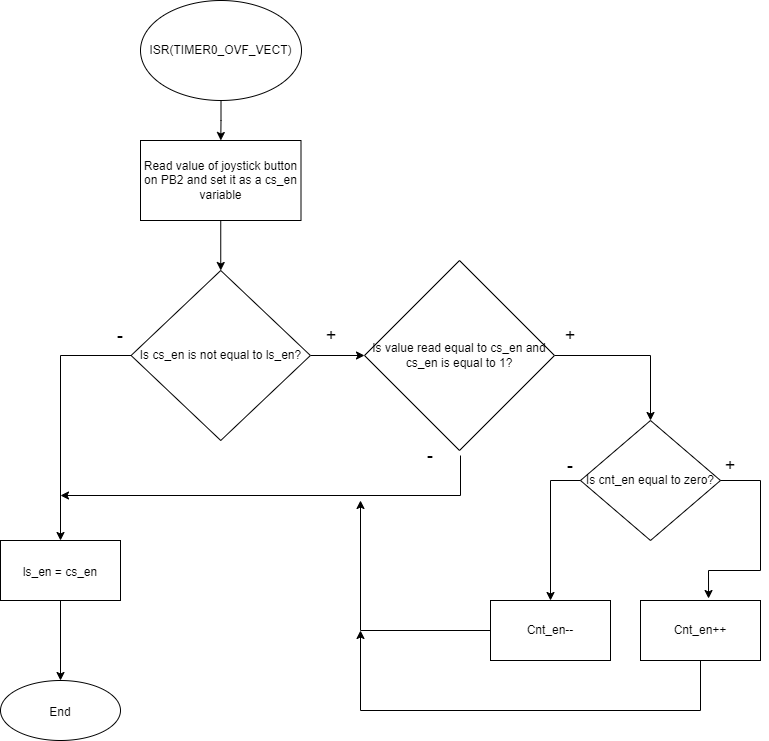
OndraFoltyn/digital-electronics-2 keeps this draw.io diagram as project1/Encoder_button.drawio.png. Above is the earlier version. Source tidied: cells renumbered, new cells last; positions are measured from the earlier drawing's top-left corner, leaving out a move shared by most shapes. Source of this version:
```xml
<mxGraphModel>
  <root>
    <mxCell id="0" />
    <mxCell id="1" parent="0" />
    <mxCell id="2" style="edgeStyle=orthogonalEdgeStyle;rounded=0;jettySize=auto;html=1;" parent="1" edge="1" source="3" target="5">
      <mxGeometry relative="1" as="geometry" />
    </mxCell>
    <mxCell id="3" value="ISR(TIMER0_OVF_VECT)" style="ellipse;whiteSpace=wrap;html=1;" parent="1" vertex="1">
      <mxGeometry x="140" width="161" height="100" as="geometry" />
    </mxCell>
    <mxCell id="4" style="edgeStyle=orthogonalEdgeStyle;rounded=0;jettySize=auto;html=1;exitX=0.5;exitY=1;exitDx=0;exitDy=0;entryX=0.5;entryY=0;entryDx=0;entryDy=0;" parent="1" edge="1" source="5" target="8">
      <mxGeometry relative="1" as="geometry" />
    </mxCell>
    <mxCell id="5" value="Read value of joystick button on PB2 and set it as a cs_en variable" style="whiteSpace=wrap;html=1;" parent="1" vertex="1">
      <mxGeometry x="140" y="140" width="160.5" height="80" as="geometry" />
    </mxCell>
    <mxCell id="6" style="edgeStyle=orthogonalEdgeStyle;rounded=0;jettySize=auto;html=1;entryX=0.5;entryY=0;entryDx=0;entryDy=0;" parent="1" edge="1" source="8" target="26">
      <mxGeometry relative="1" as="geometry" />
    </mxCell>
    <mxCell id="7" style="edgeStyle=orthogonalEdgeStyle;rounded=0;jettySize=auto;html=1;fontSize=18;" parent="1" edge="1" source="8" target="11">
      <mxGeometry relative="1" as="geometry" />
    </mxCell>
    <mxCell id="8" value="Is cs_en is not equal to ls_en?" style="rhombus;whiteSpace=wrap;html=1;" parent="1" vertex="1">
      <mxGeometry x="130.6" y="270" width="179.3" height="170" as="geometry" />
    </mxCell>
    <mxCell id="9" value="&lt;font style=&quot;font-size: 18px;&quot;&gt;-&lt;/font&gt;" style="text;html=1;strokeColor=none;fillColor=none;align=center;verticalAlign=middle;whiteSpace=wrap;rounded=0;" parent="1" vertex="1">
      <mxGeometry x="90" y="320" width="60" height="30" as="geometry" />
    </mxCell>
    <mxCell id="10" style="edgeStyle=orthogonalEdgeStyle;rounded=0;jettySize=auto;html=1;exitX=1;exitY=0.5;exitDx=0;exitDy=0;entryX=0.5;entryY=0;entryDx=0;entryDy=0;fontSize=18;" parent="1" edge="1" source="11" target="14">
      <mxGeometry relative="1" as="geometry" />
    </mxCell>
    <mxCell id="11" value="Is value read equal to cs_en and cs_en is equal to 1?" style="rhombus;whiteSpace=wrap;html=1;" parent="1" vertex="1">
      <mxGeometry x="364" y="260" width="190" height="190" as="geometry" />
    </mxCell>
    <mxCell id="12" value="&lt;span style=&quot;font-size: 18px;&quot;&gt;+&lt;/span&gt;" style="text;html=1;strokeColor=none;fillColor=none;align=center;verticalAlign=middle;whiteSpace=wrap;rounded=0;" parent="1" vertex="1">
      <mxGeometry x="300.5" y="320" width="60" height="30" as="geometry" />
    </mxCell>
    <mxCell id="13" value="&lt;font style=&quot;font-size: 18px;&quot;&gt;-&lt;/font&gt;" style="text;html=1;strokeColor=none;fillColor=none;align=center;verticalAlign=middle;whiteSpace=wrap;rounded=0;" parent="1" vertex="1">
      <mxGeometry x="400" y="440" width="60" height="30" as="geometry" />
    </mxCell>
    <mxCell id="14" value="Is cnt_en equal to zero?" style="rhombus;whiteSpace=wrap;html=1;" parent="1" vertex="1">
      <mxGeometry x="580" y="420" width="140" height="120" as="geometry" />
    </mxCell>
    <mxCell id="15" value="Cnt_en++" style="whiteSpace=wrap;html=1;" parent="1" vertex="1">
      <mxGeometry x="640" y="600" width="120" height="60" as="geometry" />
    </mxCell>
    <mxCell id="16" value="Cnt_en--" style="whiteSpace=wrap;html=1;" parent="1" vertex="1">
      <mxGeometry x="490" y="600" width="120" height="60" as="geometry" />
    </mxCell>
    <mxCell id="17" style="endArrow=classic;html=1;rounded=0;fontSize=18;exitX=0;exitY=0.5;exitDx=0;exitDy=0;entryX=0.5;entryY=0;entryDx=0;entryDy=0;" parent="1" edge="1" source="14" target="16">
      <mxGeometry relative="1" as="geometry">
        <Array as="points">
          <mxPoint x="550" y="480" />
        </Array>
      </mxGeometry>
    </mxCell>
    <mxCell id="18" style="endArrow=classic;html=1;rounded=0;fontSize=18;exitX=1;exitY=0.5;exitDx=0;exitDy=0;entryX=0.567;entryY=-0.033;entryDx=0;entryDy=0;entryPerimeter=0;" parent="1" edge="1" source="14" target="15">
      <mxGeometry relative="1" as="geometry">
        <Array as="points">
          <mxPoint x="760" y="480" />
          <mxPoint x="760" y="570" />
          <mxPoint x="708" y="570" />
        </Array>
      </mxGeometry>
    </mxCell>
    <mxCell id="19" value="&lt;font style=&quot;font-size: 18px;&quot;&gt;-&lt;/font&gt;" style="text;html=1;strokeColor=none;fillColor=none;align=center;verticalAlign=middle;whiteSpace=wrap;rounded=0;" parent="1" vertex="1">
      <mxGeometry x="540" y="450" width="60" height="30" as="geometry" />
    </mxCell>
    <mxCell id="20" value="&lt;span style=&quot;font-size: 18px;&quot;&gt;+&lt;/span&gt;" style="text;html=1;strokeColor=none;fillColor=none;align=center;verticalAlign=middle;whiteSpace=wrap;rounded=0;" parent="1" vertex="1">
      <mxGeometry x="540" y="320" width="60" height="30" as="geometry" />
    </mxCell>
    <mxCell id="21" value="&lt;span style=&quot;font-size: 18px;&quot;&gt;+&lt;/span&gt;" style="text;html=1;strokeColor=none;fillColor=none;align=center;verticalAlign=middle;whiteSpace=wrap;rounded=0;" parent="1" vertex="1">
      <mxGeometry x="700" y="450" width="60" height="30" as="geometry" />
    </mxCell>
    <mxCell id="22" style="endArrow=classic;html=1;rounded=0;fontSize=18;exitX=1;exitY=0.5;exitDx=0;exitDy=0;" parent="1" edge="1" source="13">
      <mxGeometry relative="1" as="geometry">
        <mxPoint x="60" y="495" as="targetPoint" />
        <Array as="points">
          <mxPoint x="460" y="495" />
        </Array>
      </mxGeometry>
    </mxCell>
    <mxCell id="23" style="endArrow=classic;html=1;rounded=0;fontSize=18;exitX=0;exitY=0.5;exitDx=0;exitDy=0;" parent="1" edge="1" source="16">
      <mxGeometry relative="1" as="geometry">
        <mxPoint x="360" y="500" as="targetPoint" />
        <Array as="points">
          <mxPoint x="360" y="630" />
        </Array>
      </mxGeometry>
    </mxCell>
    <mxCell id="24" style="endArrow=classic;html=1;rounded=0;fontSize=18;exitX=0.5;exitY=1;exitDx=0;exitDy=0;" parent="1" edge="1" source="15">
      <mxGeometry relative="1" as="geometry">
        <mxPoint x="360" y="630" as="targetPoint" />
        <Array as="points">
          <mxPoint x="700" y="710" />
          <mxPoint x="360" y="710" />
        </Array>
      </mxGeometry>
    </mxCell>
    <mxCell id="25" style="edgeStyle=orthogonalEdgeStyle;rounded=0;jettySize=auto;html=1;fontSize=18;" parent="1" edge="1" source="26" target="27">
      <mxGeometry relative="1" as="geometry" />
    </mxCell>
    <mxCell id="26" value="&lt;font style=&quot;font-size: 12px;&quot;&gt;ls_en = cs_en&lt;/font&gt;" style="rounded=0;whiteSpace=wrap;html=1;fontSize=18;" parent="1" vertex="1">
      <mxGeometry y="540" width="120" height="60" as="geometry" />
    </mxCell>
    <mxCell id="27" value="&lt;font style=&quot;font-size: 12px;&quot;&gt;End&lt;/font&gt;" style="ellipse;whiteSpace=wrap;html=1;fontSize=18;rounded=0;" parent="1" vertex="1">
      <mxGeometry y="680" width="120" height="60" as="geometry" />
    </mxCell>
  </root>
</mxGraphModel>
```
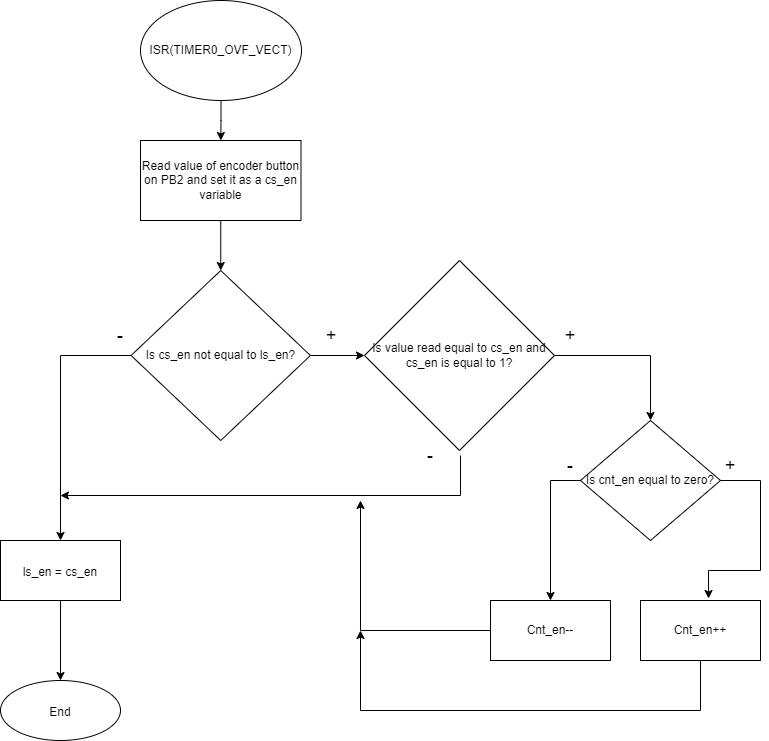
After the commit.

The edit, as a diff of the source:
```diff
@@ -11,7 +11,7 @@
     <mxCell id="4" style="edgeStyle=orthogonalEdgeStyle;rounded=0;jettySize=auto;html=1;exitX=0.5;exitY=1;exitDx=0;exitDy=0;entryX=0.5;entryY=0;entryDx=0;entryDy=0;" parent="1" edge="1" source="5" target="8">
       <mxGeometry relative="1" as="geometry" />
     </mxCell>
-    <mxCell id="5" value="Read value of joystick button on PB2 and set it as a cs_en variable" style="whiteSpace=wrap;html=1;" parent="1" vertex="1">
+    <mxCell id="5" value="Read value of encoder button on PB2 and set it as a cs_en variable" style="whiteSpace=wrap;html=1;" parent="1" vertex="1">
       <mxGeometry x="140" y="140" width="160.5" height="80" as="geometry" />
     </mxCell>
     <mxCell id="6" style="edgeStyle=orthogonalEdgeStyle;rounded=0;jettySize=auto;html=1;entryX=0.5;entryY=0;entryDx=0;entryDy=0;" parent="1" edge="1" source="8" target="26">
@@ -20,7 +20,7 @@
     <mxCell id="7" style="edgeStyle=orthogonalEdgeStyle;rounded=0;jettySize=auto;html=1;fontSize=18;" parent="1" edge="1" source="8" target="11">
       <mxGeometry relative="1" as="geometry" />
     </mxCell>
-    <mxCell id="8" value="Is cs_en is not equal to ls_en?" style="rhombus;whiteSpace=wrap;html=1;" parent="1" vertex="1">
+    <mxCell id="8" value="Is cs_en not equal to ls_en?" style="rhombus;whiteSpace=wrap;html=1;" parent="1" vertex="1">
       <mxGeometry x="130.6" y="270" width="179.3" height="170" as="geometry" />
     </mxCell>
     <mxCell id="9" value="&lt;font style=&quot;font-size: 18px;&quot;&gt;-&lt;/font&gt;" style="text;html=1;strokeColor=none;fillColor=none;align=center;verticalAlign=middle;whiteSpace=wrap;rounded=0;" parent="1" vertex="1">
```
